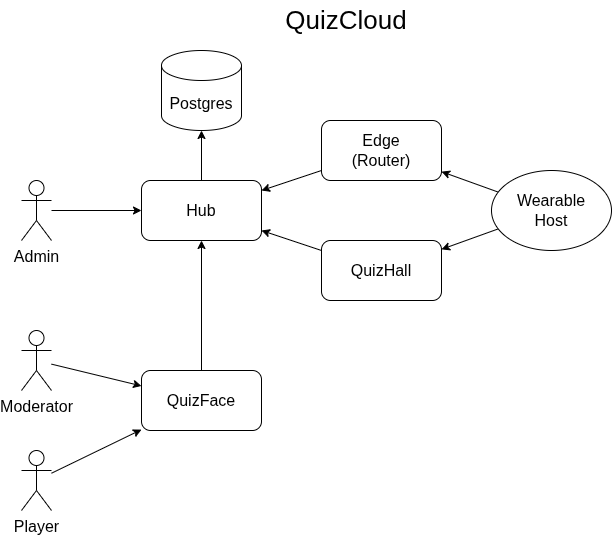
Before: diagrams/QuizClash-Cloud.drawio.png, a diagram exported from draw.io (QuizClash/info-design). Source tidied: cells renumbered, new cells last; positions are measured from the earlier drawing's top-left corner, leaving out a move shared by most shapes.
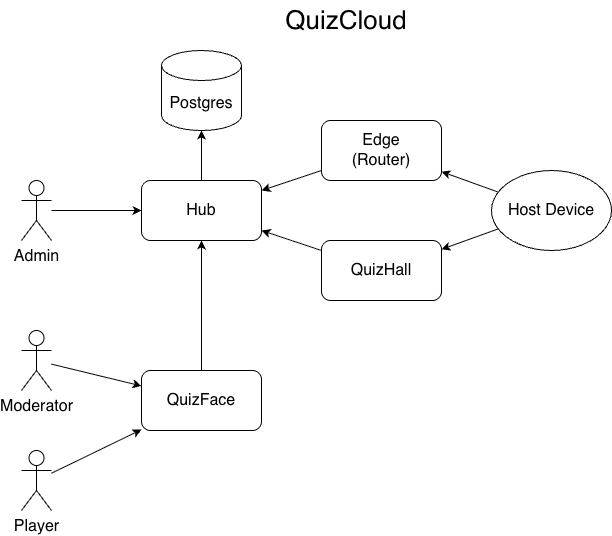
After the commit.

What changed in the source:
```diff
@@ -8,7 +8,7 @@
     <mxCell id="3" value="QuizHall" style="rounded=1;whiteSpace=wrap;html=1;fontSize=16;" parent="1" vertex="1">
       <mxGeometry x="300" y="240" width="120" height="60" as="geometry" />
     </mxCell>
-    <mxCell id="4" value="Wearable&lt;div&gt;Host&lt;/div&gt;" style="ellipse;whiteSpace=wrap;html=1;fontSize=16;" parent="1" vertex="1">
+    <mxCell id="4" value="&lt;span style=&quot;background-color: transparent; color: light-dark(rgb(0, 0, 0), rgb(255, 255, 255));&quot;&gt;Host Device&lt;/span&gt;" style="ellipse;whiteSpace=wrap;html=1;fontSize=16;" parent="1" vertex="1">
       <mxGeometry x="470" y="170" width="120" height="80" as="geometry" />
     </mxCell>
     <mxCell id="5" style="endArrow=classic;html=1;rounded=0;fontSize=16;" parent="1" edge="1" source="4" target="2">
```
